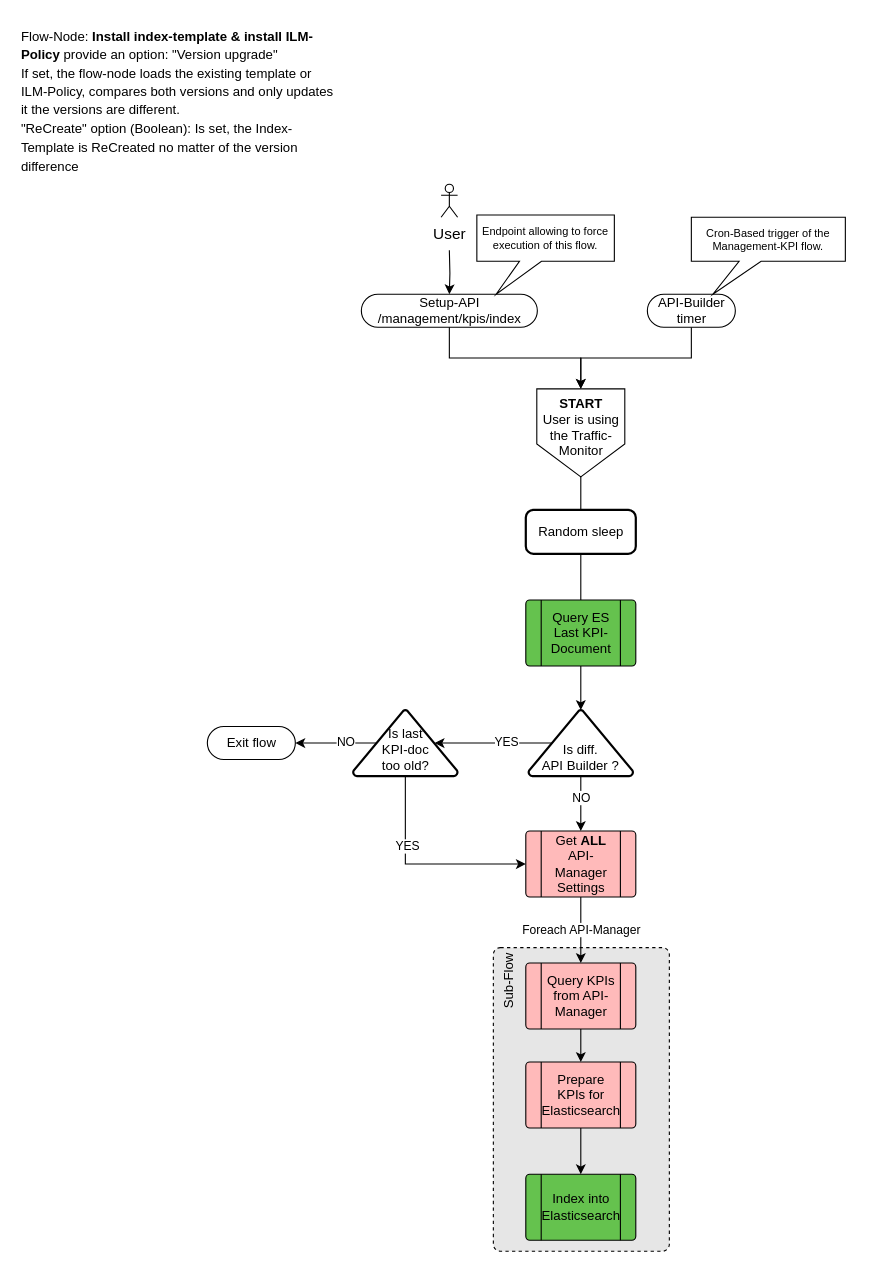
Earlier version of the draw.io diagram page "Management-KPIs" (4 of 4) of imgs/Flow-Documentation.drawio (Axway-API-Management-Plus/apigateway-openlogging-elk). Source tidied: cells renumbered, new cells numbered last; positions are measured from the earlier drawing's top-left corner, leaving out a move shared by most shapes. Both pictures are drawn from the tidied source at 110%, with x=0, y=0 at pixel (19, 19).
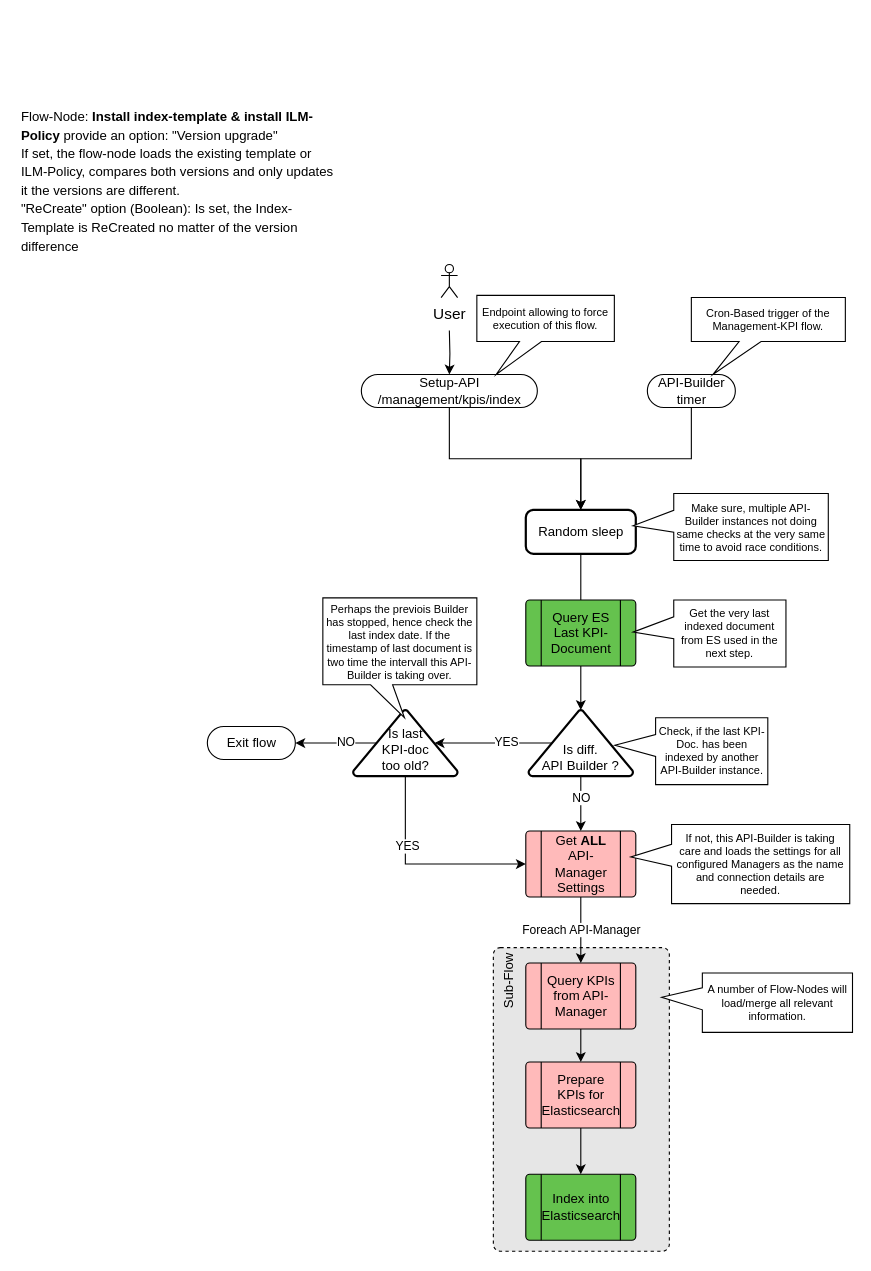
The same diagram, later.

Commit message (it also covers changes not shown here):
[skip ci] Docu image for KPIs updated

Unchanged cells that the change refers to:
```xml
<mxCell id="7" value="&lt;span&gt;Random sleep&lt;/span&gt;" style="rounded=1;whiteSpace=wrap;html=1;absoluteArcSize=1;arcSize=14;strokeWidth=2;" parent="1" vertex="1">
  <mxGeometry x="460.5" y="446" width="100" height="40" as="geometry" />
</mxCell>
```

Change to the diagram source:
```diff
@@
-    <mxCell id="3" value="&lt;div&gt;&lt;b&gt;START&lt;/b&gt;&lt;/div&gt;&lt;div&gt;User is using the Traffic-Monitor&lt;/div&gt;" style="shape=offPageConnector;whiteSpace=wrap;html=1;labelPosition=center;verticalLabelPosition=middle;align=center;verticalAlign=top;" parent="1" vertex="1">
-      <mxGeometry x="470.5" y="336" width="80" height="80" as="geometry" />
-    </mxCell>
@@
-    <mxCell id="11" style="endArrow=none;html=1;entryX=0.5;entryY=1;entryDx=0;entryDy=0;exitX=0.5;exitY=0;exitDx=0;exitDy=0;" parent="1" edge="1" source="7" target="3">
-      <mxGeometry relative="1" as="geometry" />
-    </mxCell>
@@
     <mxCell id="22" value="&lt;span style=&quot;font-size: 12px ; text-align: center&quot;&gt;Flow-Node:&amp;nbsp;&lt;/span&gt;&lt;b style=&quot;font-size: 12px ; text-align: center&quot;&gt;Install index-template &amp;amp; install ILM-Policy&lt;/b&gt;&lt;span style=&quot;font-size: 12px ; text-align: center&quot;&gt;&amp;nbsp;provide an option: &quot;Version upgrade&quot;&lt;/span&gt;&lt;br style=&quot;font-size: 12px ; text-align: center&quot;&gt;&lt;span style=&quot;font-size: 12px ; text-align: center&quot;&gt;If set, the flow-node loads the existing template or ILM-Policy, compares both versions and only updates it the versions are different.&lt;/span&gt;&lt;br style=&quot;font-size: 12px ; text-align: center&quot;&gt;&lt;span style=&quot;font-size: 12px ; text-align: center&quot;&gt;&quot;ReCreate&quot; option (Boolean): Is set, the Index-Template is ReCreated no matter of the version difference&lt;/span&gt;" style="text;html=1;strokeColor=none;fillColor=none;align=left;verticalAlign=top;whiteSpace=wrap;rounded=0;fontSize=14;" parent="1" vertex="1">
-      <mxGeometry width="287" height="64" as="geometry" />
+      <mxGeometry y="73" width="287" height="64" as="geometry" />
     </mxCell>
     <mxCell id="23" value="&lt;span style=&quot;font-size: 12px&quot;&gt;Setup-API&lt;br style=&quot;font-size: 12px&quot;&gt;/management/kpis/index&lt;br style=&quot;font-size: 12px&quot;&gt;&lt;/span&gt;" style="html=1;dashed=0;whitespace=wrap;shape=mxgraph.dfd.start;fontSize=12;align=center;" parent="1" vertex="1">
-      <mxGeometry x="311" y="250" width="160" height="30" as="geometry" />
+      <mxGeometry x="311" y="323" width="160" height="30" as="geometry" />
     </mxCell>
     <mxCell id="24" style="edgeStyle=orthogonalEdgeStyle;rounded=0;jettySize=auto;html=1;entryX=0.5;entryY=0.5;entryDx=0;entryDy=-15;entryPerimeter=0;fontSize=14;" parent="1" edge="1" target="23">
       <mxGeometry relative="1" as="geometry">
-        <mxPoint x="391" y="210" as="sourcePoint" />
+        <mxPoint x="391" y="283" as="sourcePoint" />
       </mxGeometry>
     </mxCell>
     <mxCell id="25" value="User" style="shape=umlActor;verticalLabelPosition=bottom;verticalAlign=top;html=1;fontSize=14;align=center;" parent="1" vertex="1">
-      <mxGeometry x="383.5" y="150" width="15" height="30" as="geometry" />
+      <mxGeometry x="383.5" y="223" width="15" height="30" as="geometry" />
     </mxCell>
     <mxCell id="26" value="Endpoint allowing to force execution of this flow." style="shape=callout;whiteSpace=wrap;html=1;perimeter=calloutPerimeter;fontSize=10;align=center;position2=0.14;size=30;position=0.31;" parent="1" vertex="1">
-      <mxGeometry x="416" y="178" width="125" height="72" as="geometry" />
+      <mxGeometry x="416" y="251" width="125" height="72" as="geometry" />
     </mxCell>
-    <mxCell id="27" style="edgeStyle=orthogonalEdgeStyle;rounded=0;jettySize=auto;html=1;exitX=0.5;exitY=0.5;exitDx=0;exitDy=15;exitPerimeter=0;entryX=0.5;entryY=0;entryDx=0;entryDy=0;fontSize=14;" parent="1" edge="1" source="28" target="3">
+    <mxCell id="27" style="edgeStyle=orthogonalEdgeStyle;rounded=0;jettySize=auto;html=1;exitX=0.5;exitY=0.5;exitDx=0;exitDy=15;exitPerimeter=0;entryX=0.5;entryY=0;entryDx=0;entryDy=0;fontSize=14;" parent="1" edge="1" source="28" target="7">
       <mxGeometry relative="1" as="geometry" />
     </mxCell>
     <mxCell id="28" value="&lt;font style=&quot;font-size: 12px&quot;&gt;API-Builder &lt;br style=&quot;font-size: 12px&quot;&gt;timer&lt;/font&gt;" style="html=1;dashed=0;whitespace=wrap;shape=mxgraph.dfd.start;fontSize=12;align=center;" parent="1" vertex="1">
-      <mxGeometry x="571" y="250" width="80" height="30" as="geometry" />
+      <mxGeometry x="571" y="323" width="80" height="30" as="geometry" />
     </mxCell>
-    <mxCell id="29" style="edgeStyle=orthogonalEdgeStyle;rounded=0;jettySize=auto;html=1;exitX=0.5;exitY=0.5;exitDx=0;exitDy=15;exitPerimeter=0;entryX=0.5;entryY=0;entryDx=0;entryDy=0;fontSize=14;" parent="1" edge="1" source="23" target="3">
+    <mxCell id="29" style="edgeStyle=orthogonalEdgeStyle;rounded=0;jettySize=auto;html=1;exitX=0.5;exitY=0.5;exitDx=0;exitDy=15;exitPerimeter=0;entryX=0.5;entryY=0;entryDx=0;entryDy=0;fontSize=14;" parent="1" edge="1" source="23" target="7">
       <mxGeometry relative="1" as="geometry" />
     </mxCell>
     <mxCell id="30" value="Cron-Based trigger of the Management-KPI flow." style="shape=callout;whiteSpace=wrap;html=1;perimeter=calloutPerimeter;fontSize=10;align=center;position2=0.14;size=30;position=0.31;" parent="1" vertex="1">
-      <mxGeometry x="611" y="180" width="140" height="70" as="geometry" />
+      <mxGeometry x="611" y="253" width="140" height="70" as="geometry" />
     </mxCell>
@@
+    <mxCell id="37" value="Make sure, multiple API-Builder instances not doing same checks at the very same time to avoid race conditions." style="shape=callout;whiteSpace=wrap;html=1;perimeter=calloutPerimeter;fontSize=10;align=center;position2=0.48;size=37;position=0.25;direction=south;" parent="1" vertex="1">
+      <mxGeometry x="558" y="431.2" width="177.5" height="60.8" as="geometry" />
+    </mxCell>
+    <mxCell id="38" value="Get the very last indexed document from ES used in the next step." style="shape=callout;whiteSpace=wrap;html=1;perimeter=calloutPerimeter;fontSize=10;align=center;position2=0.48;size=37;position=0.25;direction=south;" parent="1" vertex="1">
+      <mxGeometry x="558" y="528" width="139" height="60.8" as="geometry" />
+    </mxCell>
+    <mxCell id="39" value="Check, if the last KPI-Doc. has been indexed by another API-Builder instance." style="shape=callout;whiteSpace=wrap;html=1;perimeter=calloutPerimeter;fontSize=10;align=center;position2=0.41;size=37;position=0.25;direction=south;" parent="1" vertex="1">
+      <mxGeometry x="541.5" y="635" width="139" height="60.8" as="geometry" />
+    </mxCell>
+    <mxCell id="40" value="If not, this API-Builder is taking care and loads the settings for all configured Managers as the name and connection details are needed." style="shape=callout;whiteSpace=wrap;html=1;perimeter=calloutPerimeter;fontSize=10;align=center;position2=0.41;size=37;position=0.25;direction=south;spacing=5;" parent="1" vertex="1">
+      <mxGeometry x="556" y="732" width="199" height="72" as="geometry" />
+    </mxCell>
+    <mxCell id="41" value="A number of Flow-Nodes will load/merge all relevant information." style="shape=callout;whiteSpace=wrap;html=1;perimeter=calloutPerimeter;fontSize=10;align=center;position2=0.41;size=37;position=0.25;direction=south;" parent="1" vertex="1">
+      <mxGeometry x="584" y="867" width="173.5" height="54" as="geometry" />
+    </mxCell>
+    <mxCell id="42" value="Perhaps the previois Builder has stopped, hence check the last index date. If the timestamp of last document is two time the intervall this API-Builder is taking over." style="shape=callout;whiteSpace=wrap;html=1;perimeter=calloutPerimeter;fontSize=10;align=center;position2=0.53;size=30;position=0.31;" parent="1" vertex="1">
+      <mxGeometry x="276" y="526" width="140" height="109" as="geometry" />
+    </mxCell>
```
